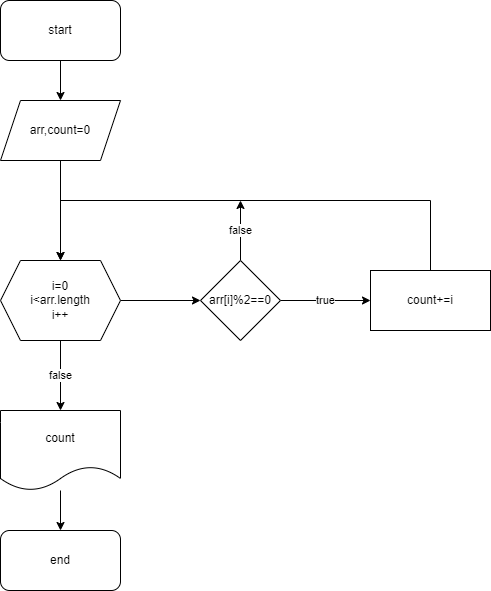
Before: arr-task2.png, a diagram exported from draw.io (MubarizAgayev/arraytasks). Source tidied: cells renumbered, new cells last; positions are measured from the earlier drawing's top-left corner, leaving out a move shared by most shapes.
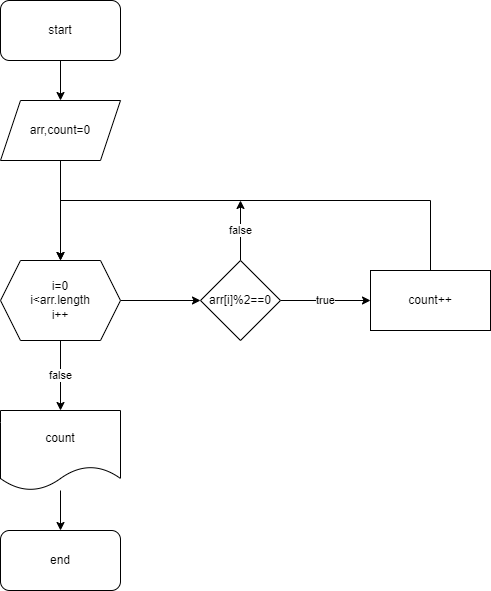
After the change.

Commit message:
array task

What changed in the source:
```diff
@@ -42,7 +42,7 @@
         </Array>
       </mxGeometry>
     </mxCell>
-    <mxCell id="13" value="count+=i" style="rounded=0;whiteSpace=wrap;html=1;" parent="1" vertex="1">
+    <mxCell id="13" value="count++" style="rounded=0;whiteSpace=wrap;html=1;" parent="1" vertex="1">
       <mxGeometry x="370" y="270" width="120" height="60" as="geometry" />
     </mxCell>
     <mxCell id="14" style="edgeStyle=orthogonalEdgeStyle;rounded=0;jettySize=auto;html=1;" parent="1" edge="1" source="15" target="16">
```
